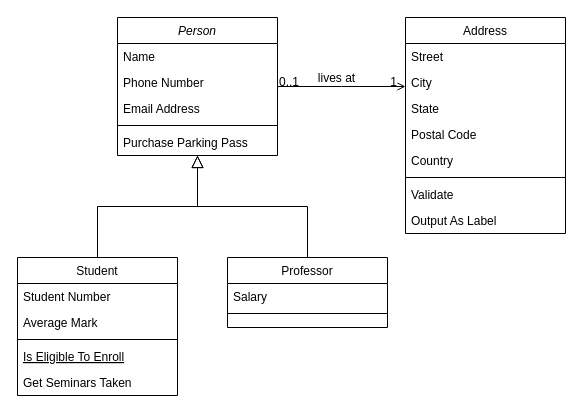
Above: Ejercicio1/ejercicio1UML.drawio in dacemoni/EjerciciosUML (draw.io), before the change. Source tidied: cells renumbered, new cells numbered last; positions are measured from the earlier drawing's top-left corner, leaving out a move shared by most shapes. Both pictures are drawn from the tidied source at 100%, with x=0, y=0 at pixel (17, 17).
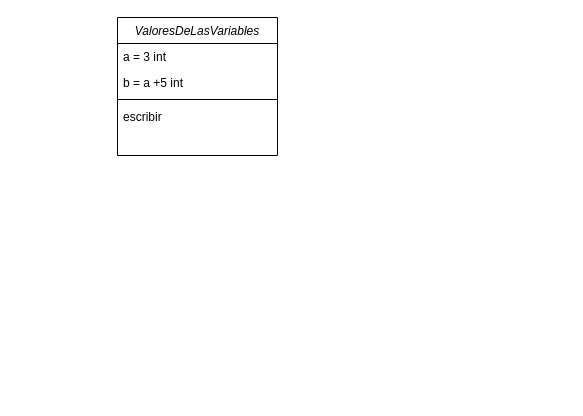
The same page after the edit.

Change to the diagram source:
```diff
@@
-    <mxCell id="2" value="Person" style="swimlane;fontStyle=2;align=center;verticalAlign=top;horizontal=1;startSize=26;rounded=0;shadow=0;strokeWidth=1;" parent="1" vertex="1">
+    <mxCell id="2" value="ValoresDeLasVariables" style="swimlane;fontStyle=2;align=center;verticalAlign=top;horizontal=1;startSize=26;rounded=0;shadow=0;strokeWidth=1;" parent="1" vertex="1">
       <mxGeometry x="100" width="160" height="138" as="geometry" />
     </mxCell>
-    <mxCell id="3" value="Name" style="text;align=left;verticalAlign=top;spacingLeft=4;spacingRight=4;overflow=hidden;" parent="2" vertex="1">
+    <mxCell id="3" value="a = 3 int" style="text;align=left;verticalAlign=top;spacingLeft=4;spacingRight=4;overflow=hidden;" parent="2" vertex="1">
       <mxGeometry y="26" width="160" height="26" as="geometry" />
     </mxCell>
-    <mxCell id="4" value="Phone Number" style="text;align=left;verticalAlign=top;spacingLeft=4;spacingRight=4;overflow=hidden;rounded=0;shadow=0;html=0;" parent="2" vertex="1">
+    <mxCell id="4" value="b = a +5 int" style="text;align=left;verticalAlign=top;spacingLeft=4;spacingRight=4;overflow=hidden;rounded=0;shadow=0;html=0;" parent="2" vertex="1">
       <mxGeometry y="52" width="160" height="26" as="geometry" />
     </mxCell>
-    <mxCell id="5" value="Email Address" style="text;align=left;verticalAlign=top;spacingLeft=4;spacingRight=4;overflow=hidden;rounded=0;shadow=0;html=0;" parent="2" vertex="1">
-      <mxGeometry y="78" width="160" height="26" as="geometry" />
-    </mxCell>
     <mxCell id="6" style="line;html=1;strokeWidth=1;align=left;verticalAlign=middle;spacingTop=-1;spacingLeft=3;spacingRight=3;labelPosition=right;" parent="2" vertex="1">
-      <mxGeometry y="104" width="160" height="8" as="geometry" />
+      <mxGeometry y="78" width="160" height="8" as="geometry" />
     </mxCell>
-    <mxCell id="7" value="Purchase Parking Pass" style="text;align=left;verticalAlign=top;spacingLeft=4;spacingRight=4;overflow=hidden;" parent="2" vertex="1">
-      <mxGeometry y="112" width="160" height="26" as="geometry" />
+    <mxCell id="7" value="escribir" style="text;align=left;verticalAlign=top;spacingLeft=4;spacingRight=4;overflow=hidden;" parent="2" vertex="1">
+      <mxGeometry y="86" width="160" height="26" as="geometry" />
     </mxCell>
-    <mxCell id="8" value="Student" style="swimlane;fontStyle=0;align=center;verticalAlign=top;horizontal=1;startSize=26;rounded=0;shadow=0;strokeWidth=1;" parent="1" vertex="1">
-      <mxGeometry y="240" width="160" height="138" as="geometry" />
-    </mxCell>
-    <mxCell id="9" value="Student Number" style="text;align=left;verticalAlign=top;spacingLeft=4;spacingRight=4;overflow=hidden;" parent="8" vertex="1">
-      <mxGeometry y="26" width="160" height="26" as="geometry" />
-    </mxCell>
-    <mxCell id="10" value="Average Mark" style="text;align=left;verticalAlign=top;spacingLeft=4;spacingRight=4;overflow=hidden;rounded=0;shadow=0;html=0;" parent="8" vertex="1">
-      <mxGeometry y="52" width="160" height="26" as="geometry" />
-    </mxCell>
-    <mxCell id="11" style="line;html=1;strokeWidth=1;align=left;verticalAlign=middle;spacingTop=-1;spacingLeft=3;spacingRight=3;labelPosition=right;" parent="8" vertex="1">
-      <mxGeometry y="78" width="160" height="8" as="geometry" />
-    </mxCell>
-    <mxCell id="12" value="Is Eligible To Enroll" style="text;align=left;verticalAlign=top;spacingLeft=4;spacingRight=4;overflow=hidden;fontStyle=4;" parent="8" vertex="1">
-      <mxGeometry y="86" width="160" height="26" as="geometry" />
-    </mxCell>
-    <mxCell id="13" value="Get Seminars Taken" style="text;align=left;verticalAlign=top;spacingLeft=4;spacingRight=4;overflow=hidden;" parent="8" vertex="1">
-      <mxGeometry y="112" width="160" height="26" as="geometry" />
-    </mxCell>
-    <mxCell id="14" style="endArrow=block;endSize=10;endFill=0;shadow=0;strokeWidth=1;rounded=0;edgeStyle=elbowEdgeStyle;elbow=vertical;" parent="1" edge="1" source="8" target="2">
-      <mxGeometry relative="1" as="geometry" />
-    </mxCell>
-    <mxCell id="15" value="Professor" style="swimlane;fontStyle=0;align=center;verticalAlign=top;horizontal=1;startSize=26;rounded=0;shadow=0;strokeWidth=1;" parent="1" vertex="1">
-      <mxGeometry x="210" y="240" width="160" height="70" as="geometry" />
-    </mxCell>
-    <mxCell id="16" value="Salary" style="text;align=left;verticalAlign=top;spacingLeft=4;spacingRight=4;overflow=hidden;" parent="15" vertex="1">
-      <mxGeometry y="26" width="160" height="26" as="geometry" />
-    </mxCell>
-    <mxCell id="17" style="line;html=1;strokeWidth=1;align=left;verticalAlign=middle;spacingTop=-1;spacingLeft=3;spacingRight=3;labelPosition=right;" parent="15" vertex="1">
-      <mxGeometry y="52" width="160" height="8" as="geometry" />
-    </mxCell>
-    <mxCell id="18" style="endArrow=block;endSize=10;endFill=0;shadow=0;strokeWidth=1;rounded=0;edgeStyle=elbowEdgeStyle;elbow=vertical;" parent="1" edge="1" source="15" target="2">
-      <mxGeometry relative="1" as="geometry" />
-    </mxCell>
-    <mxCell id="19" value="Address" style="swimlane;fontStyle=0;align=center;verticalAlign=top;horizontal=1;startSize=26;rounded=0;shadow=0;strokeWidth=1;" parent="1" vertex="1">
-      <mxGeometry x="388" width="160" height="216" as="geometry" />
-    </mxCell>
-    <mxCell id="20" value="Street" style="text;align=left;verticalAlign=top;spacingLeft=4;spacingRight=4;overflow=hidden;" parent="19" vertex="1">
-      <mxGeometry y="26" width="160" height="26" as="geometry" />
-    </mxCell>
-    <mxCell id="21" value="City" style="text;align=left;verticalAlign=top;spacingLeft=4;spacingRight=4;overflow=hidden;rounded=0;shadow=0;html=0;" parent="19" vertex="1">
-      <mxGeometry y="52" width="160" height="26" as="geometry" />
-    </mxCell>
-    <mxCell id="22" value="State" style="text;align=left;verticalAlign=top;spacingLeft=4;spacingRight=4;overflow=hidden;rounded=0;shadow=0;html=0;" parent="19" vertex="1">
-      <mxGeometry y="78" width="160" height="26" as="geometry" />
-    </mxCell>
-    <mxCell id="23" value="Postal Code" style="text;align=left;verticalAlign=top;spacingLeft=4;spacingRight=4;overflow=hidden;rounded=0;shadow=0;html=0;" parent="19" vertex="1">
-      <mxGeometry y="104" width="160" height="26" as="geometry" />
-    </mxCell>
-    <mxCell id="24" value="Country" style="text;align=left;verticalAlign=top;spacingLeft=4;spacingRight=4;overflow=hidden;rounded=0;shadow=0;html=0;" parent="19" vertex="1">
-      <mxGeometry y="130" width="160" height="26" as="geometry" />
-    </mxCell>
-    <mxCell id="25" style="line;html=1;strokeWidth=1;align=left;verticalAlign=middle;spacingTop=-1;spacingLeft=3;spacingRight=3;labelPosition=right;" parent="19" vertex="1">
-      <mxGeometry y="156" width="160" height="8" as="geometry" />
-    </mxCell>
-    <mxCell id="26" value="Validate" style="text;align=left;verticalAlign=top;spacingLeft=4;spacingRight=4;overflow=hidden;" parent="19" vertex="1">
-      <mxGeometry y="164" width="160" height="26" as="geometry" />
-    </mxCell>
-    <mxCell id="27" value="Output As Label" style="text;align=left;verticalAlign=top;spacingLeft=4;spacingRight=4;overflow=hidden;" parent="19" vertex="1">
-      <mxGeometry y="190" width="160" height="26" as="geometry" />
-    </mxCell>
-    <mxCell id="28" style="endArrow=open;shadow=0;strokeWidth=1;rounded=0;endFill=1;edgeStyle=elbowEdgeStyle;elbow=vertical;" parent="1" edge="1" source="2" target="19">
-      <mxGeometry x="0.5" y="41" relative="1" as="geometry">
-        <mxPoint x="-40" y="32" as="offset" />
-      </mxGeometry>
-    </mxCell>
-    <mxCell id="29" value="0..1" style="align=left;verticalAlign=bottom;labelBackgroundColor=none;fontSize=12;" parent="28" vertex="1">
-      <mxGeometry x="-1" relative="1" as="geometry">
-        <mxPoint y="4" as="offset" />
-      </mxGeometry>
-    </mxCell>
-    <mxCell id="30" value="1" style="align=right;verticalAlign=bottom;labelBackgroundColor=none;fontSize=12;" parent="28" vertex="1">
-      <mxGeometry x="1" relative="1" as="geometry">
-        <mxPoint x="-7" y="4" as="offset" />
-      </mxGeometry>
-    </mxCell>
-    <mxCell id="31" value="lives at" style="text;html=1;align=center;verticalAlign=middle;labelBackgroundColor=none;rounded=0;shadow=0;strokeWidth=1;fontSize=12;" parent="28" vertex="1">
-      <mxGeometry x="0.5" y="49" relative="1" as="geometry">
-        <mxPoint x="-38" y="40" as="offset" />
-      </mxGeometry>
-    </mxCell>
```
